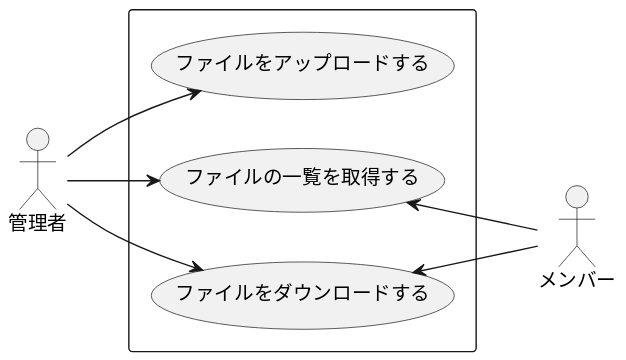
HiromuSaito/cognito-sample keeps this PlantUML diagram as usecase.svg. Above is the earlier version. Source of this version:
```plantuml
@startuml
left to right direction

actor :管理者:
actor メンバー
rectangle {
   管理者 --> (ファイルをアップロードする)
   管理者 --> (ファイルの一覧を取得する)
   管理者 --> (ファイルをダウンロードする)
    (ファイルをダウンロードする) <-- メンバー
    (ファイルの一覧を取得する) <-- メンバー
}
@enduml
```
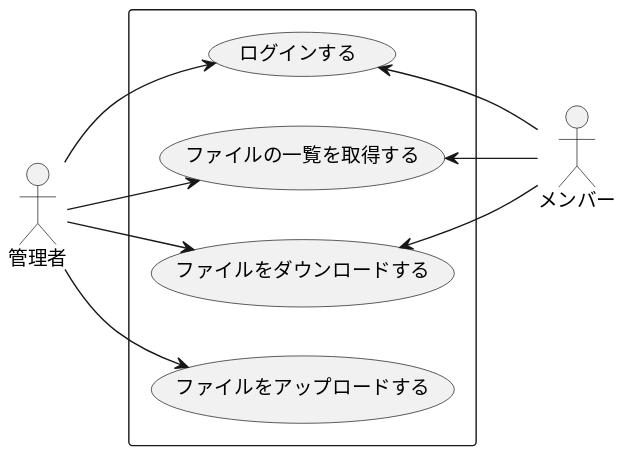
Above is the later version.

Commit message:
fix:READMEのユースケース図を修正

Change to the diagram source:
```diff
@@ -1,12 +1,14 @@
 @startuml
 left to right direction
 
-actor :管理者:
+actor 管理者
 actor メンバー
 rectangle {
-   管理者 --> (ファイルをアップロードする)
-   管理者 --> (ファイルの一覧を取得する)
-   管理者 --> (ファイルをダウンロードする)
+    管理者 --> (ログインする)
+    管理者 --> (ファイルの一覧を取得する)
+    管理者 --> (ファイルをダウンロードする)
+    管理者 --> (ファイルをアップロードする)
+    (ログインする) <-- メンバー
     (ファイルをダウンロードする) <-- メンバー
     (ファイルの一覧を取得する) <-- メンバー
 }
```
